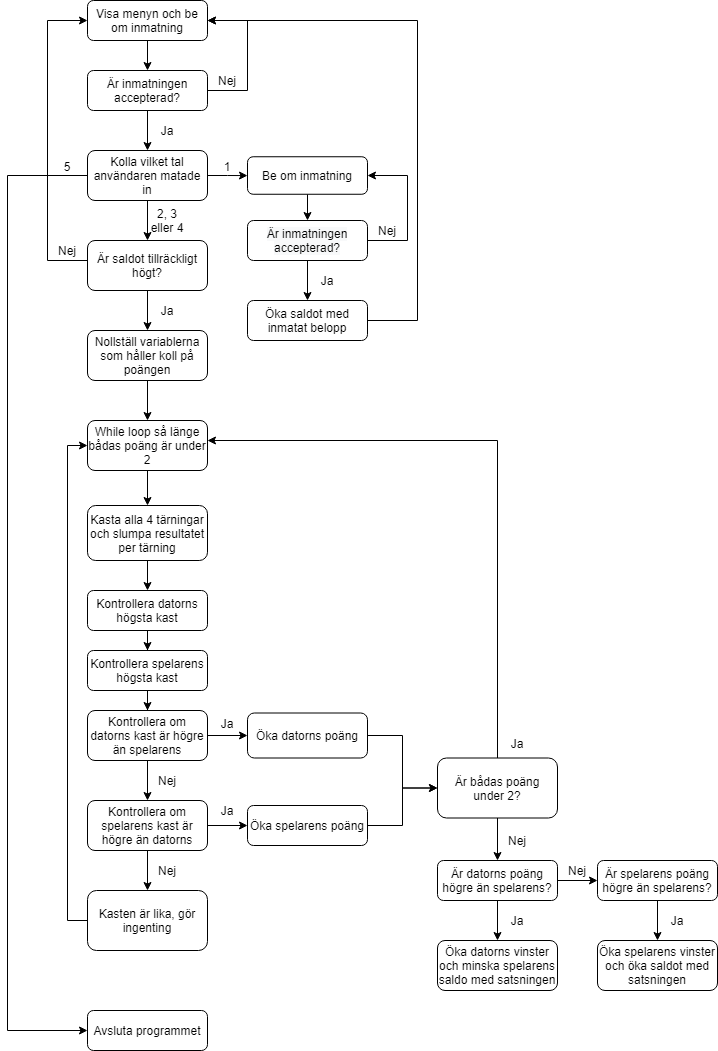
Before: Inlämningsuppgift 1/Flödesdiagram.png, a diagram exported from draw.io (Sam-mariehamn/IT120G). Source tidied: cells renumbered, new cells last; positions are measured from the earlier drawing's top-left corner, leaving out a move shared by most shapes.
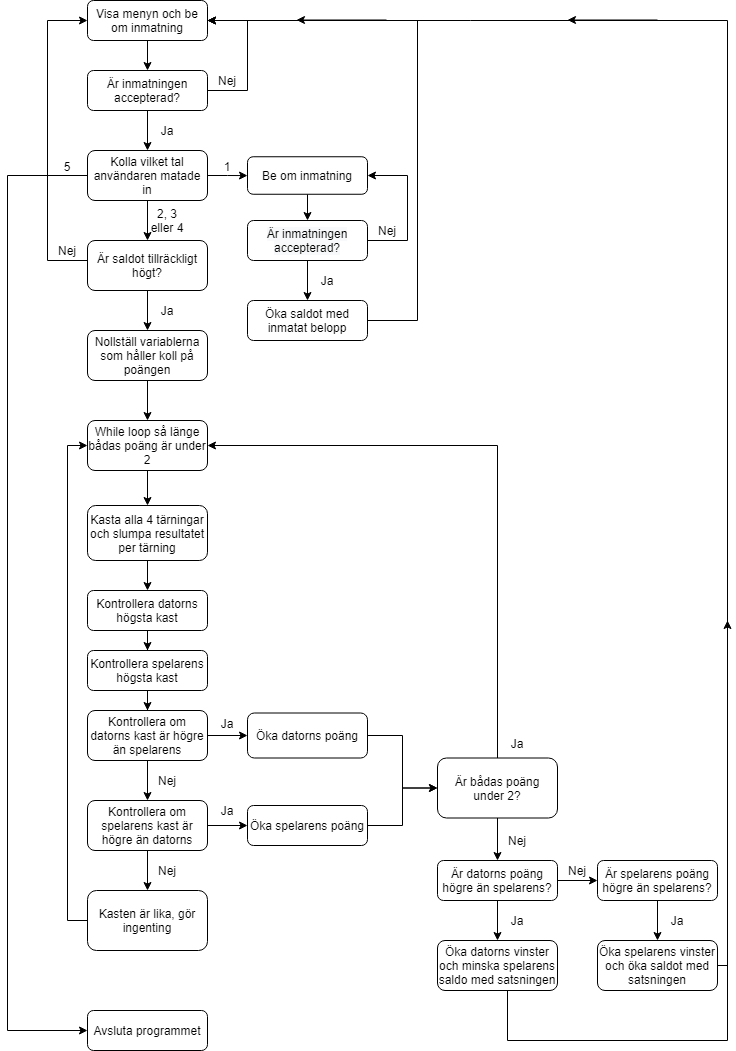
After the commit.

Diff of the diagram source:
```diff
@@ -192,11 +192,10 @@
     <mxCell id="54" value="Nej" style="text;html=1;strokeColor=none;fillColor=none;align=center;verticalAlign=middle;whiteSpace=wrap;rounded=0;" parent="1" vertex="1">
       <mxGeometry x="140" y="860" width="40" height="20" as="geometry" />
     </mxCell>
-    <mxCell id="55" style="edgeStyle=orthogonalEdgeStyle;rounded=0;jettySize=auto;html=1;" parent="1" edge="1" source="57">
+    <mxCell id="55" style="edgeStyle=orthogonalEdgeStyle;rounded=0;jettySize=auto;html=1;entryX=1;entryY=0.5;entryDx=0;entryDy=0;" parent="1" edge="1" source="57" target="32">
       <mxGeometry relative="1" as="geometry">
-        <mxPoint x="200" y="440" as="targetPoint" />
         <Array as="points">
-          <mxPoint x="490" y="440" />
+          <mxPoint x="490" y="445" />
         </Array>
       </mxGeometry>
     </mxCell>
@@ -221,6 +220,14 @@
     <mxCell id="62" value="Nej" style="text;html=1;strokeColor=none;fillColor=none;align=center;verticalAlign=middle;whiteSpace=wrap;rounded=0;" parent="1" vertex="1">
       <mxGeometry x="490" y="830" width="40" height="20" as="geometry" />
     </mxCell>
+    <mxCell id="72" style="edgeStyle=orthogonalEdgeStyle;rounded=0;jettySize=auto;html=1;" parent="1" edge="1" source="63">
+      <mxGeometry relative="1" as="geometry">
+        <mxPoint x="720" y="620" as="targetPoint" />
+        <Array as="points">
+          <mxPoint x="500" y="1040" />
+        </Array>
+      </mxGeometry>
+    </mxCell>
     <mxCell id="63" value="Öka datorns vinster och minska spelarens saldo med satsningen" style="whiteSpace=wrap;html=1;rounded=1;" parent="1" vertex="1">
       <mxGeometry x="430" y="940" width="120" height="50" as="geometry" />
     </mxCell>
@@ -242,11 +249,32 @@
     <mxCell id="69" value="Nej" style="text;html=1;strokeColor=none;fillColor=none;align=center;verticalAlign=middle;whiteSpace=wrap;rounded=0;" parent="1" vertex="1">
       <mxGeometry x="550" y="860" width="40" height="20" as="geometry" />
     </mxCell>
+    <mxCell id="73" style="edgeStyle=orthogonalEdgeStyle;rounded=0;jettySize=auto;html=1;" parent="1" edge="1" source="70">
+      <mxGeometry relative="1" as="geometry">
+        <mxPoint x="200" y="20" as="targetPoint" />
+        <Array as="points">
+          <mxPoint x="720" y="965" />
+          <mxPoint x="720" y="20" />
+        </Array>
+      </mxGeometry>
+    </mxCell>
     <mxCell id="70" value="Öka spelarens vinster och öka saldot med satsningen" style="whiteSpace=wrap;html=1;rounded=1;" parent="1" vertex="1">
       <mxGeometry x="590" y="940" width="120" height="50" as="geometry" />
     </mxCell>
     <mxCell id="71" value="Ja" style="text;html=1;strokeColor=none;fillColor=none;align=center;verticalAlign=middle;whiteSpace=wrap;rounded=0;" parent="1" vertex="1">
       <mxGeometry x="650" y="910" width="40" height="20" as="geometry" />
     </mxCell>
+    <mxCell id="74" style="endArrow=classic;html=1;" parent="1" edge="1">
+      <mxGeometry relative="1" as="geometry">
+        <mxPoint x="650" y="19.5" as="sourcePoint" />
+        <mxPoint x="560" y="19.5" as="targetPoint" />
+      </mxGeometry>
+    </mxCell>
+    <mxCell id="75" style="endArrow=classic;html=1;" parent="1" edge="1">
+      <mxGeometry relative="1" as="geometry">
+        <mxPoint x="379" y="19.5" as="sourcePoint" />
+        <mxPoint x="289" y="19.5" as="targetPoint" />
+      </mxGeometry>
+    </mxCell>
   </root>
 </mxGraphModel>
```
